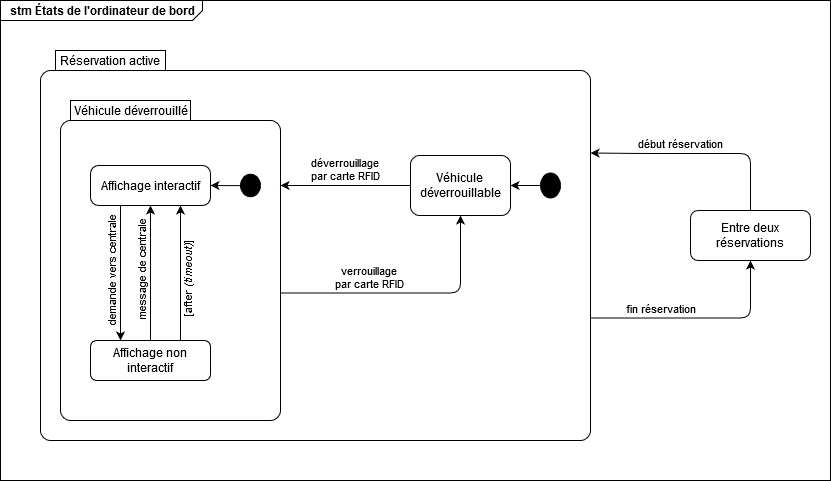
Dalker/ISI-mobility keeps this draw.io diagram as diagrammes/stm_etats_odb.png. Above is the earlier version. Source tidied: cells renumbered, new cells last; positions are measured from the earlier drawing's top-left corner, leaving out a move shared by most shapes.
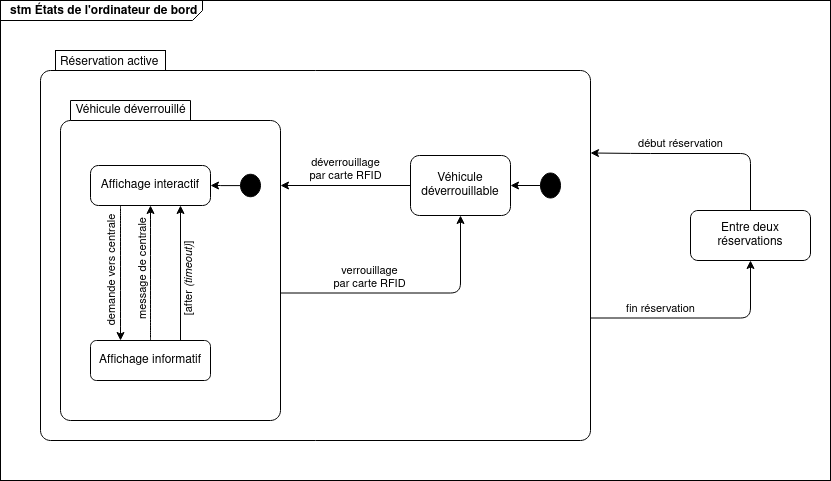
Above is the later version.

Change to the diagram source:
```diff
@@ -46,7 +46,7 @@
     <mxCell id="13" value="[after&lt;i&gt; (timeout)&lt;/i&gt;]" style="edgeStyle=orthogonalEdgeStyle;rounded=0;jettySize=auto;html=1;exitX=0.75;exitY=0;exitDx=0;exitDy=0;entryX=0.75;entryY=1;entryDx=0;entryDy=0;fontSize=11;horizontal=0;verticalAlign=top;spacingLeft=3;" parent="4" edge="1" source="14" target="9">
       <mxGeometry relative="1" as="geometry" />
     </mxCell>
-    <mxCell id="14" value="Affichage non interactif" style="shape=rect;rounded=1;html=1;whiteSpace=wrap;align=center;" parent="4" vertex="1">
+    <mxCell id="14" value="Affichage informatif" style="shape=rect;rounded=1;html=1;whiteSpace=wrap;align=center;" parent="4" vertex="1">
       <mxGeometry x="50" y="290" width="120" height="40" as="geometry" />
     </mxCell>
     <mxCell id="15" style="edgeStyle=orthogonalEdgeStyle;rounded=0;jettySize=auto;html=1;" parent="4" edge="1" source="16" target="9">
```
